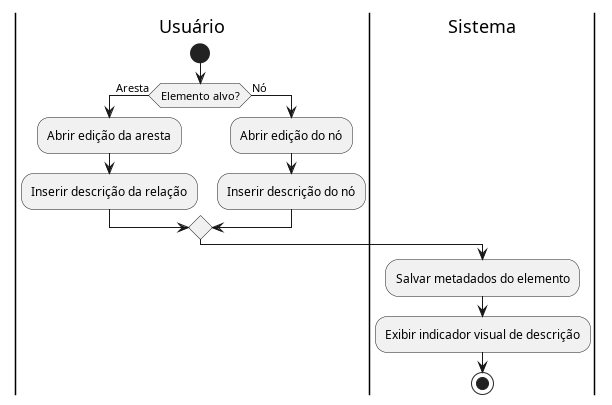
The PlantUML diagram docs/casosUso/imagens/diagramas_atividade/diagrama_UC19.png in aspiringluke/Projeto-Integrado-Mobile, before a commit. The source it was exported from:
```plantuml
@startuml diagrama_UC19

|Usuário|
start
if (Elemento alvo?) then (Aresta)
  :Abrir edição da aresta;
  :Inserir descrição da relação;
else (Nó)
  :Abrir edição do nó;
  :Inserir descrição do nó;
endif

|Sistema|
:Salvar metadados do elemento;
:Exibir indicador visual de descrição;

stop
@enduml
```
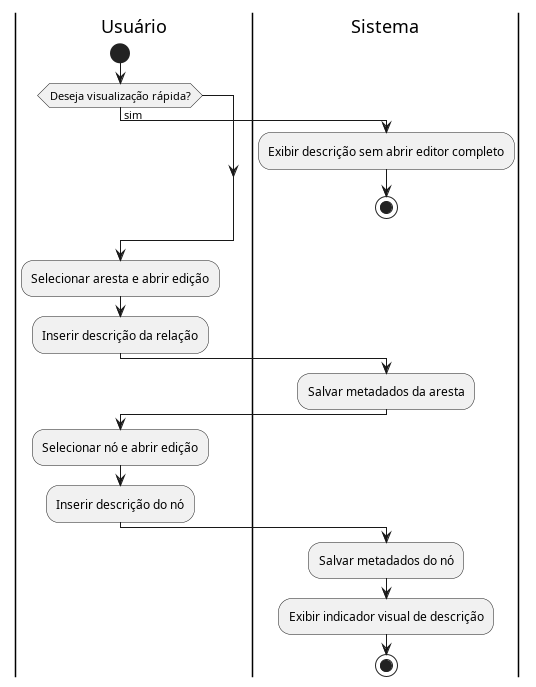
After the commit.

The edit, as a diff of the source:
```diff
@@ -2,16 +2,25 @@
 
 |Usuário|
 start
-if (Elemento alvo?) then (Aresta)
-  :Abrir edição da aresta;
-  :Inserir descrição da relação;
-else (Nó)
-  :Abrir edição do nó;
-  :Inserir descrição do nó;
+if (Deseja visualização rápida?) then (sim)
+  |Sistema|
+  :Exibir descrição sem abrir editor completo;
+  stop
 endif
 
+|Usuário|
+:Selecionar aresta e abrir edição;
+:Inserir descrição da relação;
+
 |Sistema|
-:Salvar metadados do elemento;
+:Salvar metadados da aresta;
+
+|Usuário|
+:Selecionar nó e abrir edição;
+:Inserir descrição do nó;
+
+|Sistema|
+:Salvar metadados do nó;
 :Exibir indicador visual de descrição;
 
 stop
```
